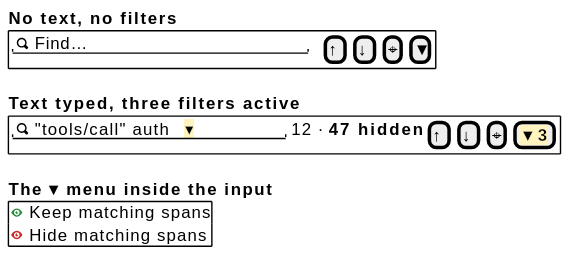
This is docs/rfc/0009/cluster.svg from jaegertracing/jaeger-ui, a PlantUML export, as it was before one commit.
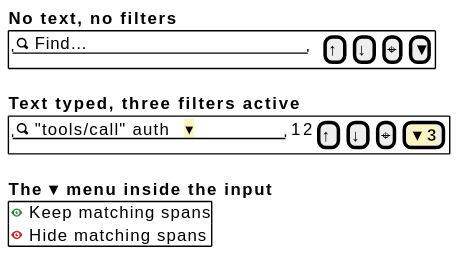
Later version of the same file.

The edit, as a diff of the source:
```diff
@@ -7,7 +7,7 @@
 .
 <b>Text typed, three filters active</b>
 {+
-  { "<&magnifying-glass> "tools/call" auth   <back:#fff3bf>▾</back>" | 12 · <b>47 hidden</b> | [↑] | [↓] | [⌖] | [<back:#fff3bf>▼ <b>3</b></back>] }
+  { "<&magnifying-glass> "tools/call" auth   <back:#fff3bf>▾</back>" | 12 | [↑] | [↓] | [⌖] | [<back:#fff3bf>▼ <b>3</b></back>] }
 }
 .
 <b>The ▾ menu inside the input</b>
```
